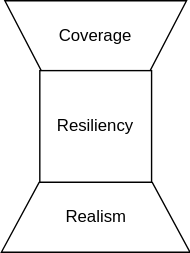
This is src/diagrams/confidence-pedestal.drawio.svg from ryanjwessel/ryanjwessel.com, a draw.io export, as it was before one commit. Source tidied: cells renumbered, new cells last; positions are measured from the earlier drawing's top-left corner, leaving out a move shared by most shapes.
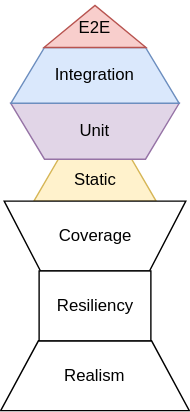
After the commit.

Commit message:
👌 IMPROVE: Update confidence pedestal diagram to include the Testing Trophy, and provide code example for ResetPassword component

Diff of the diagram source:
```diff
@@ -2,17 +2,29 @@
   <root>
     <mxCell id="0" />
     <mxCell id="1" parent="0" />
+    <mxCell id="6" value="Static" style="shape=trapezoid;perimeter=trapezoidPerimeter;whiteSpace=wrap;html=1;backgroundColor=&quot;#f6df96&quot;;fillColor=#fff2cc;strokeColor=#d6b656;" parent="1" vertex="1">
+      <mxGeometry x="24.2" y="-30" width="87.5" height="30" as="geometry" />
+    </mxCell>
     <mxCell id="2" style="shape=trapezoid;perimeter=trapezoidPerimeter;whiteSpace=wrap;html=1;rotation=-180;" parent="1" vertex="1">
       <mxGeometry x="3" width="130" height="50" as="geometry" />
     </mxCell>
     <mxCell id="3" value="Coverage" style="text;html=1;strokeColor=none;fillColor=none;align=center;verticalAlign=middle;whiteSpace=wrap;rounded=0;" parent="1" vertex="1">
       <mxGeometry x="3" width="130" height="50" as="geometry" />
     </mxCell>
+    <mxCell id="5" value="Realism" style="shape=trapezoid;perimeter=trapezoidPerimeter;whiteSpace=wrap;html=1;" parent="1" vertex="1">
+      <mxGeometry x="0.5" y="100" width="135" height="50" as="geometry" />
+    </mxCell>
+    <mxCell id="7" value="Unit" style="shape=trapezoid;perimeter=trapezoidPerimeter;whiteSpace=wrap;html=1;backgroundColor=&quot;#f6df96&quot;;fillColor=#e1d5e7;strokeColor=#9673a6;flipV=1;" parent="1" vertex="1">
+      <mxGeometry x="7.8" y="-70" width="120.5" height="40" as="geometry" />
+    </mxCell>
+    <mxCell id="8" value="Integration" style="shape=trapezoid;perimeter=trapezoidPerimeter;whiteSpace=wrap;html=1;backgroundColor=&quot;#f6df96&quot;;fillColor=#dae8fc;strokeColor=#6c8ebf;flipV=0;" parent="1" vertex="1">
+      <mxGeometry x="7.8" y="-110" width="120.5" height="40" as="geometry" />
+    </mxCell>
+    <mxCell id="9" value="&lt;p style=&quot;line-height: 100%; font-size: 12px;&quot;&gt;&lt;font style=&quot;font-size: 12px; line-height: 20%;&quot;&gt;E2E&lt;/font&gt;&lt;/p&gt;" style="triangle;whiteSpace=wrap;html=1;direction=north;fillColor=#f8cecc;strokeColor=#b85450;verticalAlign=middle;horizontal=1;fontSize=12;" parent="1" vertex="1">
+      <mxGeometry x="31.5" y="-140" width="73" height="30" as="geometry" />
+    </mxCell>
-    <mxCell id="4" value="Resiliency" style="whiteSpace=wrap;html=1;" parent="1" vertex="1">
-      <mxGeometry x="28" y="50" width="80" height="80" as="geometry" />
+    <mxCell id="4" value="Resiliency" style="rounded=0;whiteSpace=wrap;html=1;" parent="1" vertex="1">
+      <mxGeometry x="28" y="50" width="80" height="50" as="geometry" />
     </mxCell>
-    <mxCell id="5" value="Realism" style="shape=trapezoid;perimeter=trapezoidPerimeter;whiteSpace=wrap;html=1;" parent="1" vertex="1">
-      <mxGeometry x="0.5" y="130" width="135" height="50" as="geometry" />
-    </mxCell>
   </root>
 </mxGraphModel>
```
